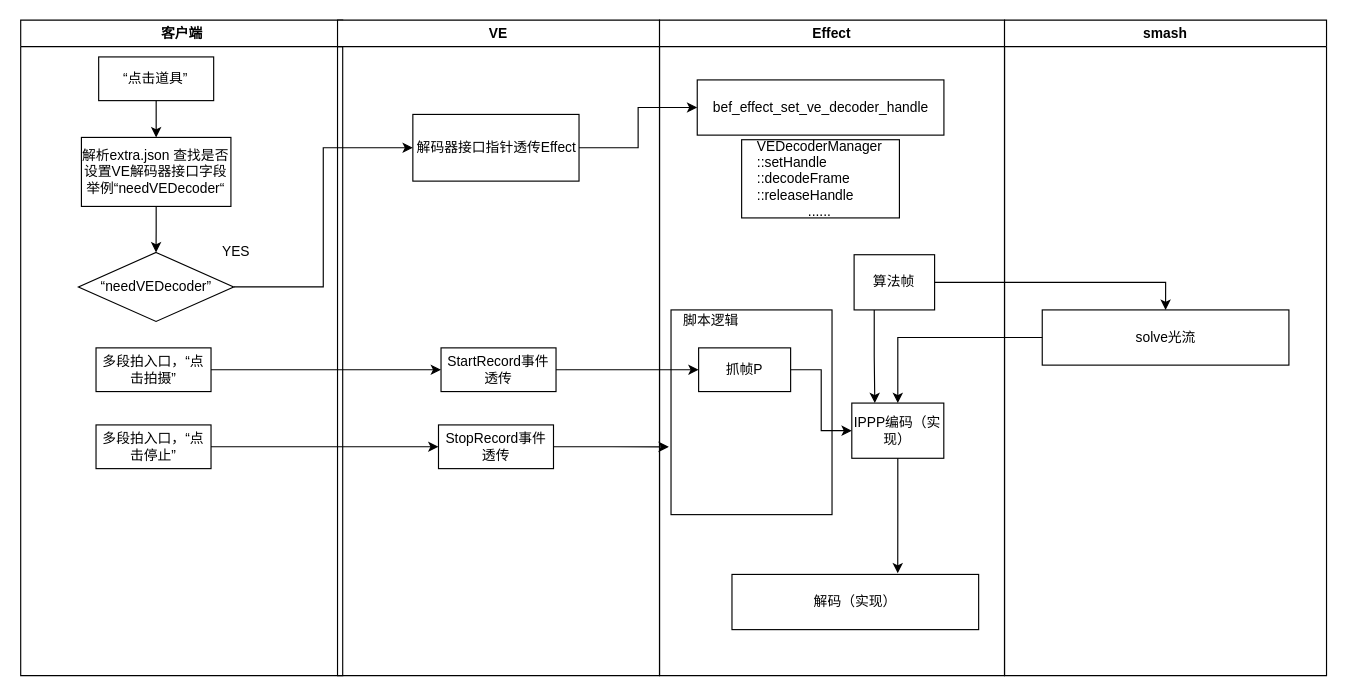
This is codec.drawio from brucechenssfireinthehole/diagrams, a draw.io file, before an edit. Source tidied: cells renumbered, new cells numbered last; positions are measured from the earlier drawing's top-left corner, leaving out a move shared by most shapes. Both pictures are drawn from the tidied source at 115%, with x=0, y=0 at pixel (20, 20).
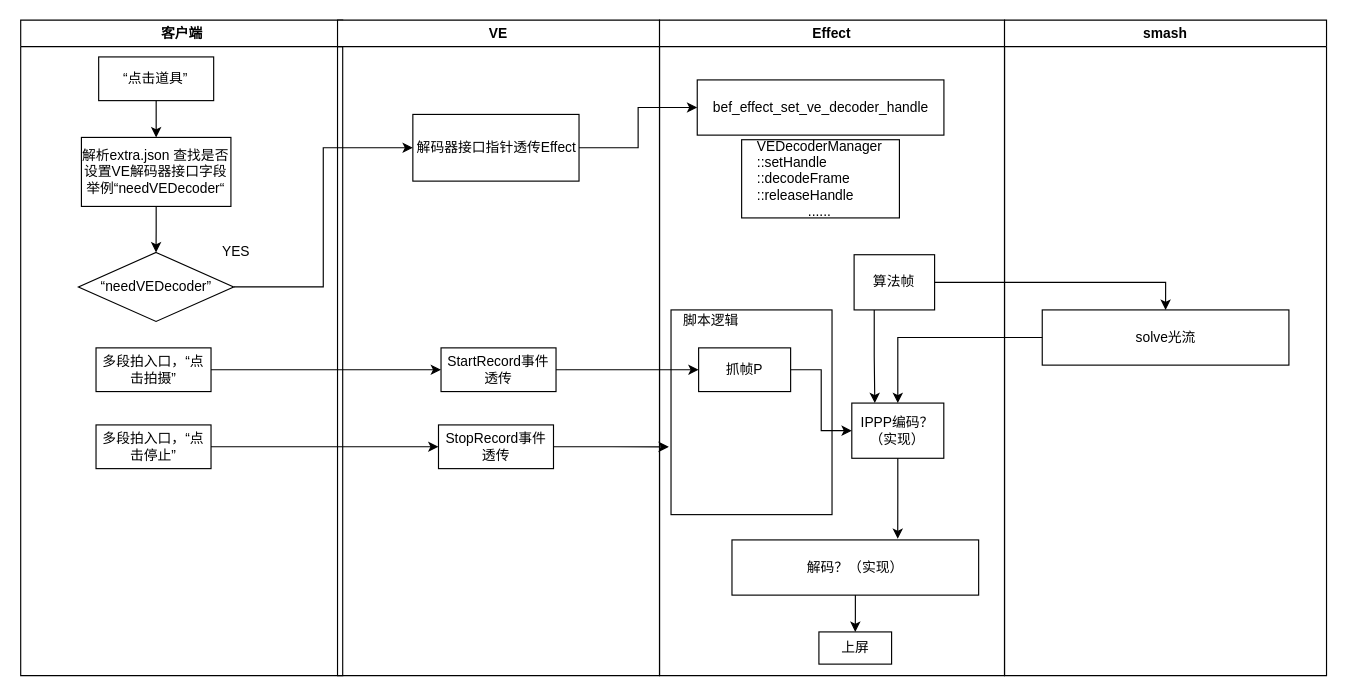
The same diagram, later.

Unchanged cells that the change refers to:
```xml
<mxCell id="15" value="Effect" style="swimlane;whiteSpace=wrap;" parent="1" vertex="1">
  <mxGeometry x="556" width="300" height="570" as="geometry" />
</mxCell>
```

Change to the diagram source:
```diff
@@
-    <mxCell id="20" value="IPPP编码（实现）" style="rounded=0;whiteSpace=wrap;html=1;" parent="15" vertex="1">
+    <mxCell id="20" value="IPPP编码？（实现）" style="rounded=0;whiteSpace=wrap;html=1;" parent="15" vertex="1">
       <mxGeometry x="167.2" y="333" width="80" height="48" as="geometry" />
     </mxCell>
+    <mxCell id="37" style="edgeStyle=orthogonalEdgeStyle;rounded=0;jettySize=auto;html=1;entryX=0.5;entryY=0;entryDx=0;entryDy=0;" parent="15" edge="1" source="21" target="38">
+      <mxGeometry relative="1" as="geometry" />
+    </mxCell>
-    <mxCell id="21" value="解码（实现）" style="rounded=0;whiteSpace=wrap;html=1;" parent="15" vertex="1">
-      <mxGeometry x="63" y="482" width="214.5" height="48" as="geometry" />
+    <mxCell id="21" value="解码？（实现）" style="rounded=0;whiteSpace=wrap;html=1;" parent="15" vertex="1">
+      <mxGeometry x="63" y="452" width="214.5" height="48" as="geometry" />
     </mxCell>
@@
+    <mxCell id="38" value="上屏" style="rounded=0;whiteSpace=wrap;html=1;" parent="15" vertex="1">
+      <mxGeometry x="138.6" y="532" width="63.2" height="28" as="geometry" />
+    </mxCell>
```
